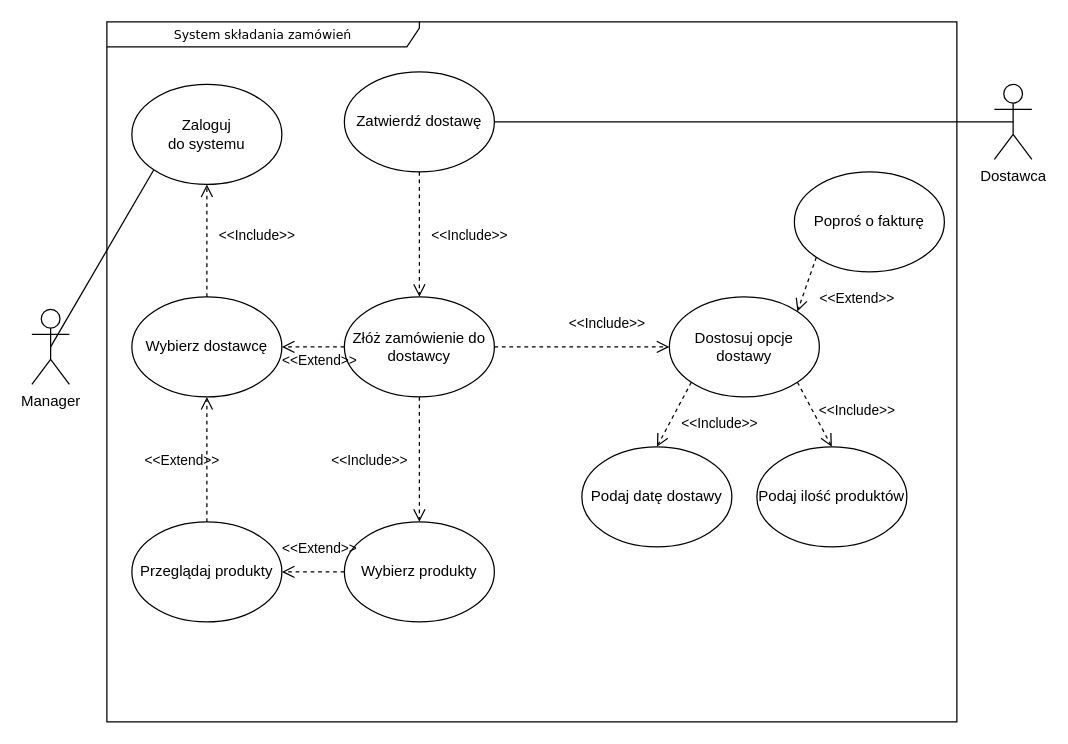
Before: diagramy/zamowienia/diagram-przypadkow-system-zamowien.drawio in oswitek/project-diagrams, a draw.io diagram. Source tidied: cells renumbered, new cells numbered last; positions are measured from the earlier drawing's top-left corner, leaving out a move shared by most shapes. Both pictures are drawn from the tidied source at 125%, with x=0, y=0 at pixel (31, 21).
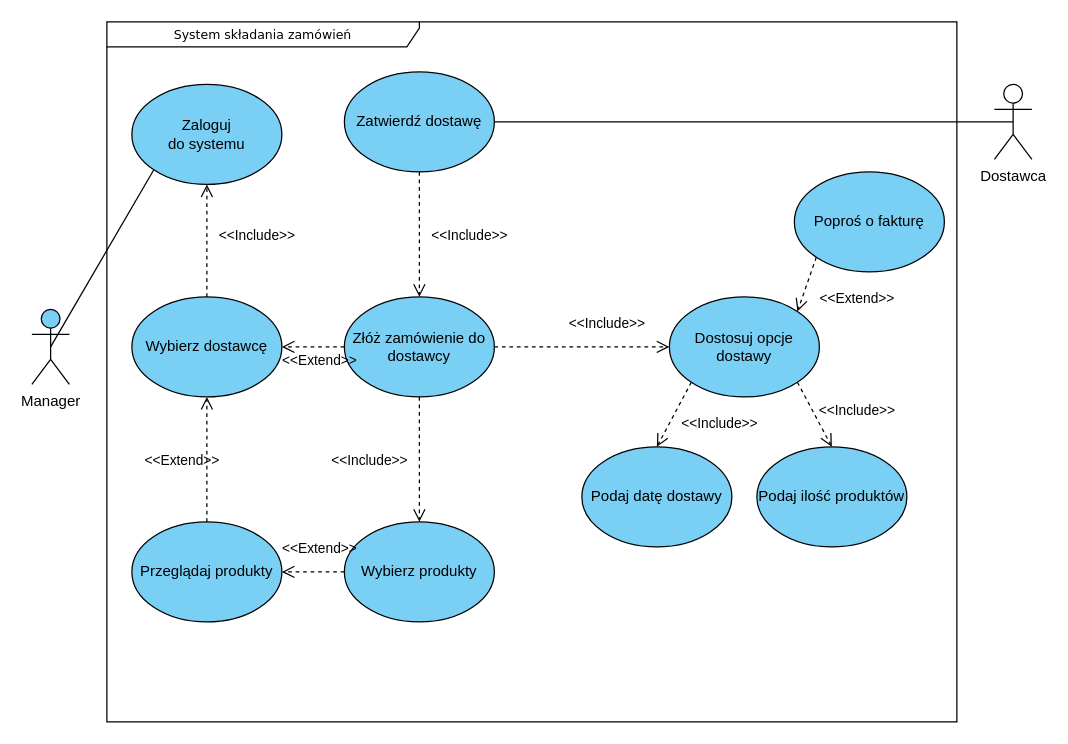
Above is the later version.

What changed in the source:
```diff
@@
-    <mxCell id="4" value="Manager" style="shape=umlActor;verticalLabelPosition=bottom;verticalAlign=top;html=1;" parent="1" vertex="1">
+    <mxCell id="4" value="Manager" style="shape=umlActor;verticalLabelPosition=bottom;verticalAlign=top;html=1;fillColor=light-dark(#7ACFF5,var(--ge-dark-color, #121212));" parent="1" vertex="1">
       <mxGeometry y="230" width="30" height="60" as="geometry" />
     </mxCell>
-    <mxCell id="5" value="Zaloguj&lt;div&gt;do systemu&lt;/div&gt;" style="ellipse;whiteSpace=wrap;html=1;" parent="1" vertex="1">
+    <mxCell id="5" value="Zaloguj&lt;div&gt;do systemu&lt;/div&gt;" style="ellipse;whiteSpace=wrap;html=1;fillColor=light-dark(#7ACFF5,var(--ge-dark-color, #121212));" parent="1" vertex="1">
       <mxGeometry x="80" y="50" width="120" height="80" as="geometry" />
     </mxCell>
-    <mxCell id="6" value="Złóż zamówienie do dostawcy" style="ellipse;whiteSpace=wrap;html=1;" parent="1" vertex="1">
+    <mxCell id="6" value="Złóż zamówienie do dostawcy" style="ellipse;whiteSpace=wrap;html=1;fillColor=light-dark(#7ACFF5,var(--ge-dark-color, #121212));" parent="1" vertex="1">
       <mxGeometry x="250" y="220" width="120" height="80" as="geometry" />
     </mxCell>
@@
-    <mxCell id="8" value="Przeglądaj produkty" style="ellipse;whiteSpace=wrap;html=1;" parent="1" vertex="1">
+    <mxCell id="8" value="Przeglądaj produkty" style="ellipse;whiteSpace=wrap;html=1;fillColor=light-dark(#7ACFF5,var(--ge-dark-color, #121212));" parent="1" vertex="1">
       <mxGeometry x="80" y="400" width="120" height="80" as="geometry" />
     </mxCell>
-    <mxCell id="9" value="Dostosuj opcje dostawy" style="ellipse;whiteSpace=wrap;html=1;" parent="1" vertex="1">
+    <mxCell id="9" value="Dostosuj opcje dostawy" style="ellipse;whiteSpace=wrap;html=1;fillColor=light-dark(#7ACFF5,var(--ge-dark-color, #121212));" parent="1" vertex="1">
       <mxGeometry x="510" y="220" width="120" height="80" as="geometry" />
     </mxCell>
-    <mxCell id="10" value="Wybierz produkty" style="ellipse;whiteSpace=wrap;html=1;" parent="1" vertex="1">
+    <mxCell id="10" value="Wybierz produkty" style="ellipse;whiteSpace=wrap;html=1;fillColor=light-dark(#7ACFF5,var(--ge-dark-color, #121212));" parent="1" vertex="1">
       <mxGeometry x="250" y="400" width="120" height="80" as="geometry" />
     </mxCell>
-    <mxCell id="11" value="Podaj datę dostawy" style="ellipse;whiteSpace=wrap;html=1;" parent="1" vertex="1">
+    <mxCell id="11" value="Podaj datę dostawy" style="ellipse;whiteSpace=wrap;html=1;fillColor=light-dark(#7ACFF5,var(--ge-dark-color, #121212));" parent="1" vertex="1">
       <mxGeometry x="440" y="340" width="120" height="80" as="geometry" />
     </mxCell>
-    <mxCell id="12" value="Podaj ilość produktów" style="ellipse;whiteSpace=wrap;html=1;" parent="1" vertex="1">
+    <mxCell id="12" value="Podaj ilość produktów" style="ellipse;whiteSpace=wrap;html=1;fillColor=light-dark(#7ACFF5,var(--ge-dark-color, #121212));" parent="1" vertex="1">
       <mxGeometry x="580" y="340" width="120" height="80" as="geometry" />
     </mxCell>
@@
-    <mxCell id="14" value="Zatwierdź dostawę" style="ellipse;whiteSpace=wrap;html=1;" parent="1" vertex="1">
+    <mxCell id="14" value="Zatwierdź dostawę" style="ellipse;whiteSpace=wrap;html=1;fillColor=light-dark(#7ACFF5,var(--ge-dark-color, #121212));" parent="1" vertex="1">
       <mxGeometry x="250" y="40" width="120" height="80" as="geometry" />
     </mxCell>
-    <mxCell id="15" value="Poproś o fakturę" style="ellipse;whiteSpace=wrap;html=1;" parent="1" vertex="1">
+    <mxCell id="15" value="Poproś o fakturę" style="ellipse;whiteSpace=wrap;html=1;fillColor=light-dark(#7ACFF5,var(--ge-dark-color, #121212));" parent="1" vertex="1">
       <mxGeometry x="610" y="120" width="120" height="80" as="geometry" />
     </mxCell>
@@
-    <mxCell id="20" value="Wybierz dostawcę" style="ellipse;whiteSpace=wrap;html=1;" parent="1" vertex="1">
+    <mxCell id="20" value="Wybierz dostawcę" style="ellipse;whiteSpace=wrap;html=1;fillColor=light-dark(#7ACFF5,var(--ge-dark-color, #121212));" parent="1" vertex="1">
       <mxGeometry x="80" y="220" width="120" height="80" as="geometry" />
     </mxCell>
```
